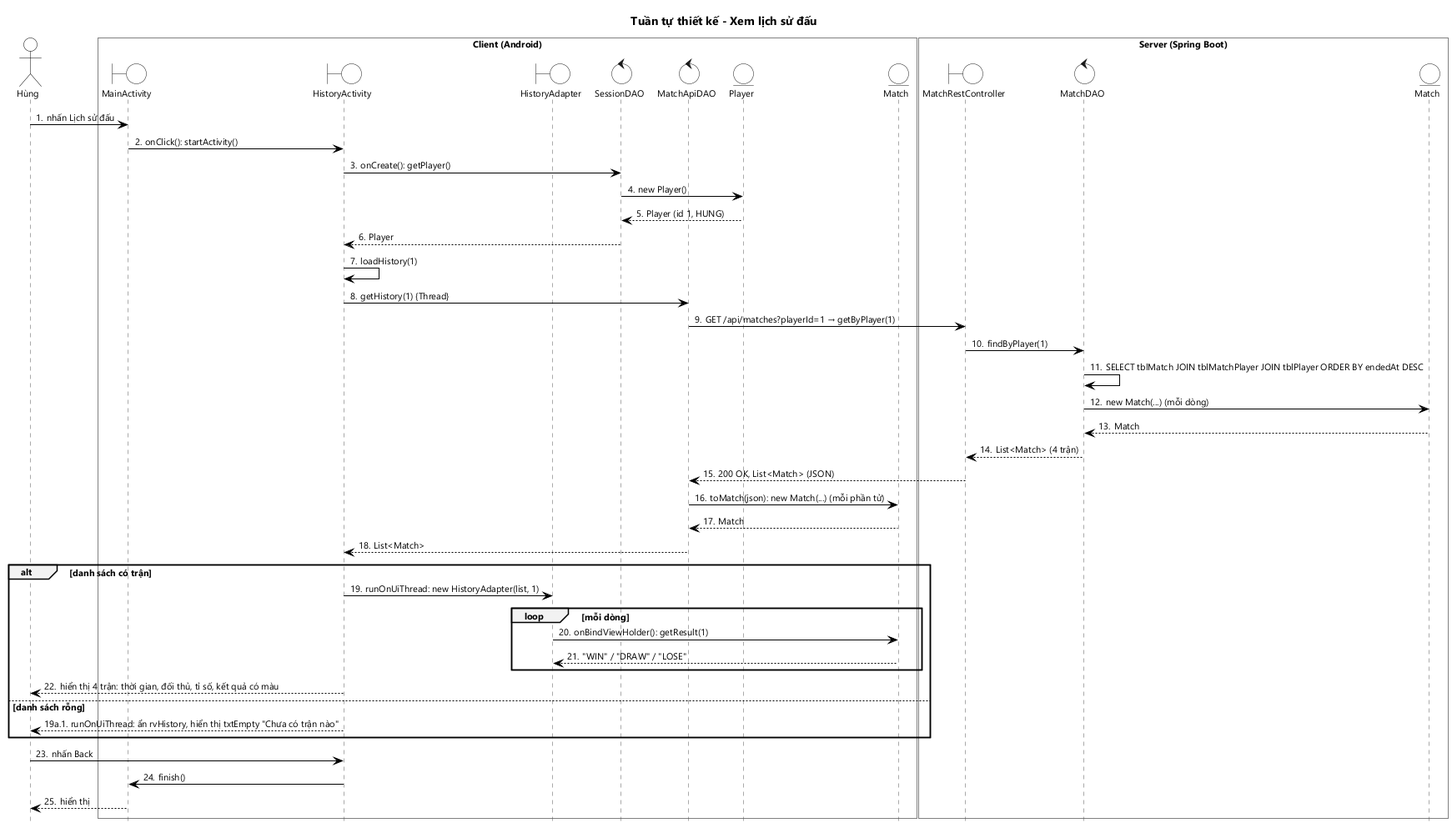
Above: docs/hung/tuan-tu-thiet-ke-uc06.png in HungNguyenBa1811/math-dash (PlantUML), before the change.
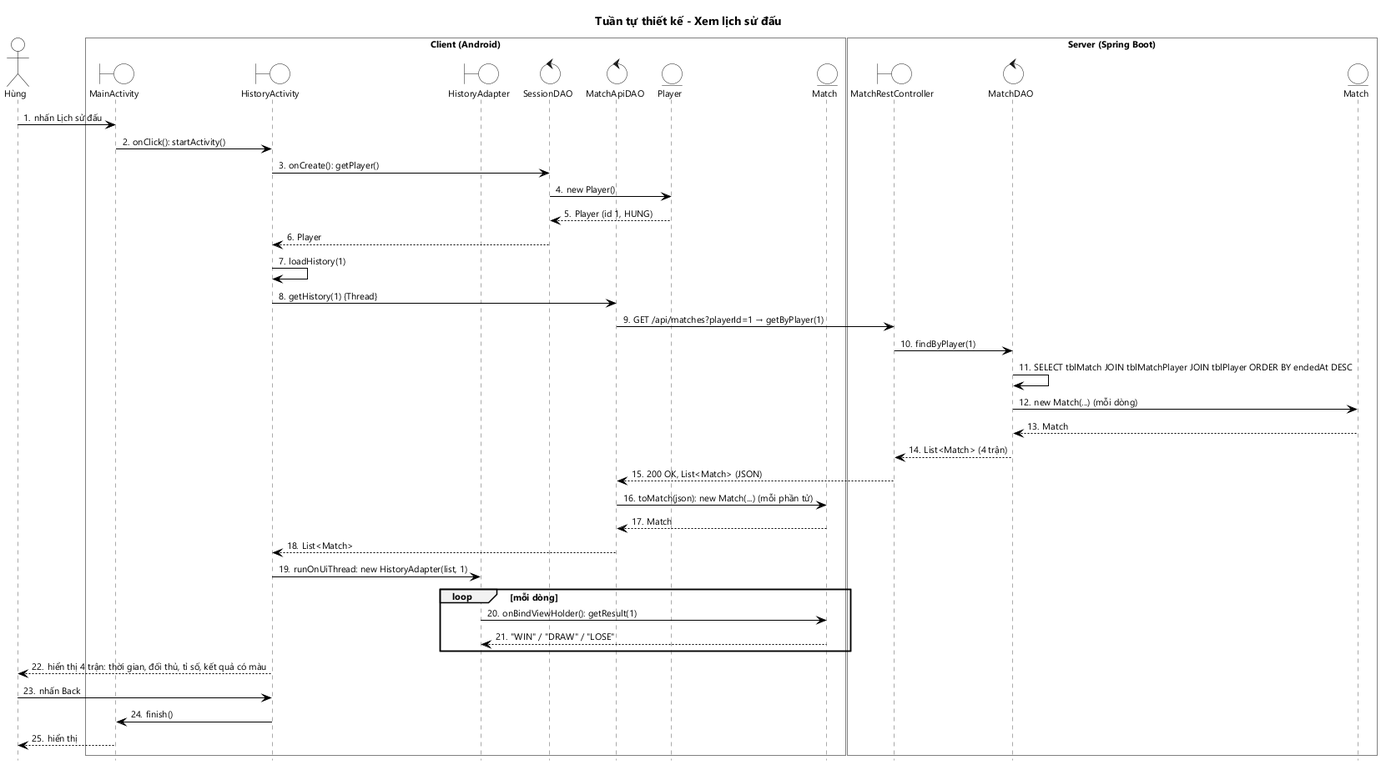
Later version of the same file.

Change to the diagram source:
```diff
@@ -36,18 +36,12 @@
 MAD -> M : toMatch(json): new Match(...) (mỗi phần tử)
 M --> MAD : Match
 MAD --> HA : List<Match>
-alt danh sách có trận
-  HA -> AD : runOnUiThread: new HistoryAdapter(list, 1)
-  loop mỗi dòng
-    AD -> M : onBindViewHolder(): getResult(1)
-    M --> AD : "WIN" / "DRAW" / "LOSE"
-  end
-  HA --> U : hiển thị 4 trận: thời gian, đối thủ, tỉ số, kết quả có màu
-else danh sách rỗng
-  autonumber stop
-  HA --> U : 19a.1. runOnUiThread: ẩn rvHistory, hiển thị txtEmpty "Chưa có trận nào"
-  autonumber resume
+HA -> AD : runOnUiThread: new HistoryAdapter(list, 1)
+loop mỗi dòng
+  AD -> M : onBindViewHolder(): getResult(1)
+  M --> AD : "WIN" / "DRAW" / "LOSE"
 end
+HA --> U : hiển thị 4 trận: thời gian, đối thủ, tỉ số, kết quả có màu
 U -> HA : nhấn Back
 HA -> MA : finish()
 MA --> U : hiển thị
```
